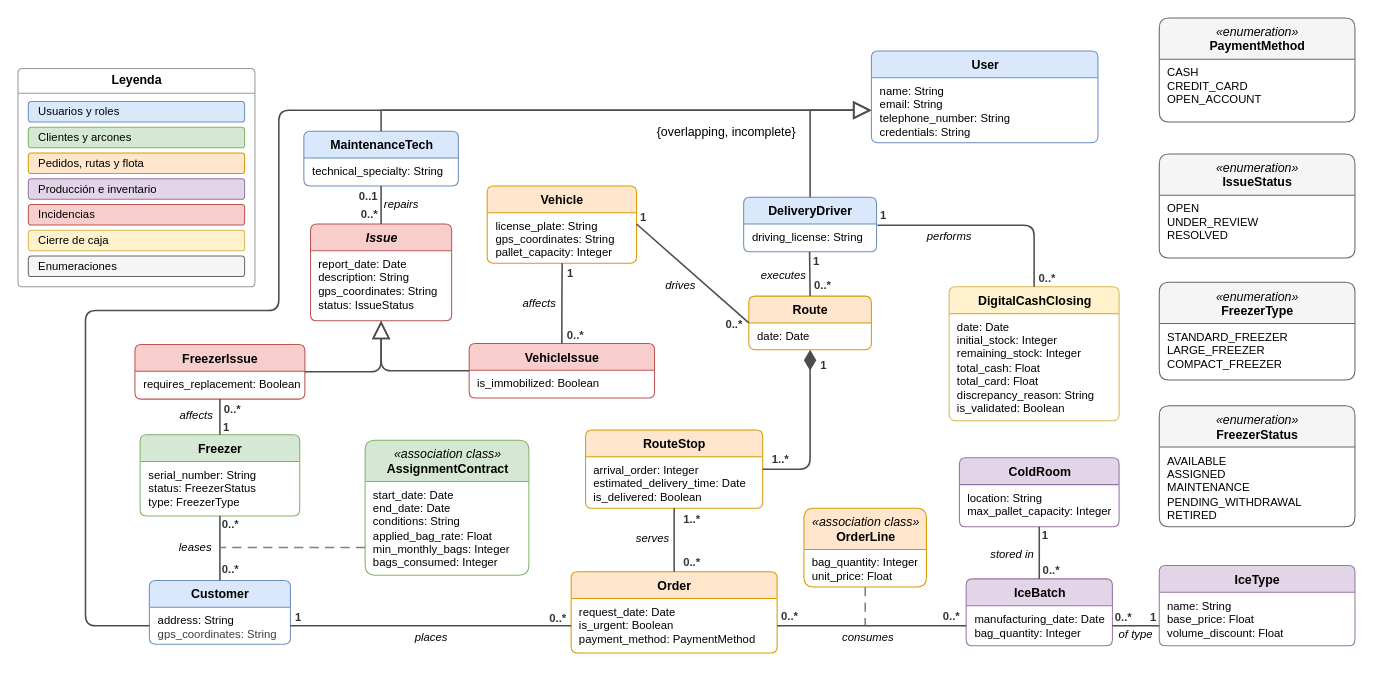
This is diagrams/UMLHielosMairena.drawio from gis-ir/ir-2026-27-G3-09, a draw.io file, before an edit. Source tidied: cells renumbered, new cells numbered last; positions are measured from the earlier drawing's top-left corner, leaving out a move shared by most shapes. Both pictures are drawn from the tidied source at 103%, with x=0, y=0 at pixel (18, 18).
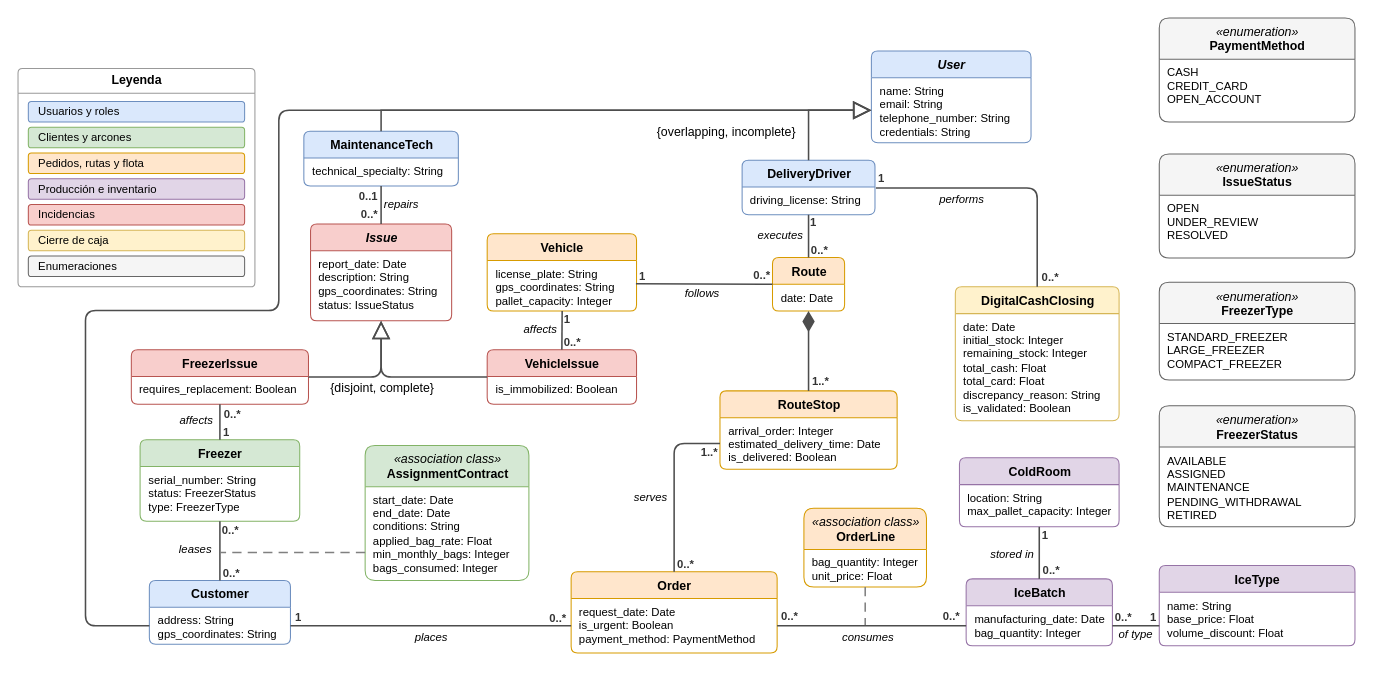
Above is the later version.

The change refers to these unchanged cells:
```xml
<mxCell id="11" value="license_plate: String&lt;br&gt;gps_coordinates: String&lt;br&gt;pallet_capacity: Integer" style="text;html=1;strokeColor=none;fillColor=none;align=left;verticalAlign=top;spacingLeft=6;spacingRight=4;spacingTop=0;overflow=hidden;points=[[0,0.5],[1,0.5]];portConstraint=eastwest;whiteSpace=wrap;fontSize=11;" parent="10" vertex="1">
  <mxGeometry y="26" width="145" height="49" as="geometry" />
</mxCell>
<mxCell id="16" value="&lt;b&gt;Customer&lt;/b&gt;" style="swimlane;html=1;fontStyle=0;align=center;verticalAlign=top;horizontal=1;startSize=26;rounded=1;arcSize=8;fillColor=#dae8fc;strokeColor=#6c8ebf;swimlaneFillColor=#ffffff;fontSize=12;" parent="1" vertex="1">
  <mxGeometry x="127.5" y="546" width="137" height="62" as="geometry" />
</mxCell>
<mxCell id="23" value="arrival_order: Integer&lt;br&gt;estimated_delivery_time: Date&lt;br&gt;is_delivered: Boolean" style="text;html=1;strokeColor=none;fillColor=none;align=left;verticalAlign=top;spacingLeft=6;spacingRight=4;spacingTop=0;overflow=hidden;points=[[0,0.5],[1,0.5]];portConstraint=eastwest;whiteSpace=wrap;fontSize=11;" parent="22" vertex="1">
  <mxGeometry y="26" width="172" height="50" as="geometry" />
</mxCell>
<mxCell id="24" value="&lt;b&gt;Order&lt;/b&gt;" style="swimlane;html=1;fontStyle=0;align=center;verticalAlign=top;horizontal=1;startSize=26;rounded=1;arcSize=8;fillColor=#ffe6cc;strokeColor=#d79b00;swimlaneFillColor=#ffffff;fontSize=12;" parent="1" vertex="1">
  <mxGeometry x="537" y="537.5" width="200" height="79" as="geometry" />
</mxCell>
<mxCell id="42" value="leases" style="edgeStyle=orthogonalEdgeStyle;rounded=1;jettySize=auto;html=1;strokeWidth=1.5;strokeColor=#4d4d4d;fontSize=11;fontStyle=2;labelBackgroundColor=#ffffff;endArrow=none;entryX=0.5;entryY=1;entryDx=0;entryDy=0;exitX=0.5;exitY=0;exitDx=0;exitDy=0;" parent="1" edge="1" source="16" target="18">
  <mxGeometry x="0.03" y="24" relative="1" as="geometry" />
</mxCell>
```

Diff of the diagram source:
```diff
@@
-    <mxCell id="2" value="&lt;b&gt;User&lt;/b&gt;" style="swimlane;html=1;fontStyle=0;align=center;verticalAlign=top;horizontal=1;startSize=26;rounded=1;arcSize=8;fillColor=#dae8fc;strokeColor=#6c8ebf;swimlaneFillColor=#ffffff;fontSize=12;" parent="1" vertex="1">
-      <mxGeometry x="828.5" y="32" width="220" height="89" as="geometry" />
+    <mxCell id="2" value="&lt;b&gt;&lt;i&gt;User&lt;/i&gt;&lt;/b&gt;" style="swimlane;html=1;fontStyle=0;align=center;verticalAlign=top;horizontal=1;startSize=26;rounded=1;arcSize=8;fillColor=#dae8fc;strokeColor=#6c8ebf;swimlaneFillColor=#ffffff;fontSize=12;" parent="1" vertex="1">
+      <mxGeometry x="828.5" y="32" width="155" height="89" as="geometry" />
     </mxCell>
-    <mxCell id="3" value="name: String&lt;div&gt;email: String&lt;/div&gt;&lt;div&gt;telephone_number: String&lt;br&gt;credentials: String&lt;br&gt;&lt;/div&gt;" style="text;html=1;strokeColor=none;fillColor=none;align=left;verticalAlign=top;spacingLeft=6;spacingRight=4;spacingTop=0;overflow=hidden;points=[[0,0.5],[1,0.5]];portConstraint=eastwest;whiteSpace=wrap;fontSize=11;" parent="2" vertex="1">
-      <mxGeometry y="26" width="220" height="63" as="geometry" />
+    <mxCell id="3" value="name: String&lt;br&gt;email: String&lt;br&gt;telephone_number: String&lt;br&gt;credentials: String" style="text;html=1;strokeColor=none;fillColor=none;align=left;verticalAlign=top;spacingLeft=6;spacingRight=4;spacingTop=0;overflow=hidden;points=[[0,0.5],[1,0.5]];portConstraint=eastwest;whiteSpace=wrap;fontSize=11;" parent="2" vertex="1">
+      <mxGeometry y="26" width="155" height="63" as="geometry" />
     </mxCell>
@@
     <mxCell id="6" value="&lt;b&gt;DeliveryDriver&lt;/b&gt;" style="swimlane;html=1;fontStyle=0;align=center;verticalAlign=top;horizontal=1;startSize=26;rounded=1;arcSize=8;fillColor=#dae8fc;strokeColor=#6c8ebf;swimlaneFillColor=#ffffff;fontSize=12;" parent="1" vertex="1">
-      <mxGeometry x="704.5" y="174" width="129" height="53" as="geometry" />
+      <mxGeometry x="703" y="138" width="129" height="53" as="geometry" />
     </mxCell>
@@
     <mxCell id="10" value="&lt;b&gt;Vehicle&lt;/b&gt;" style="swimlane;html=1;fontStyle=0;align=center;verticalAlign=top;horizontal=1;startSize=26;rounded=1;arcSize=8;fillColor=#ffe6cc;strokeColor=#d79b00;swimlaneFillColor=#ffffff;fontSize=12;" parent="1" vertex="1">
-      <mxGeometry x="455.5" y="163" width="145" height="75" as="geometry" />
+      <mxGeometry x="455.5" y="209.5" width="145" height="75" as="geometry" />
     </mxCell>
@@
     <mxCell id="12" value="&lt;b&gt;Route&lt;/b&gt;" style="swimlane;html=1;fontStyle=0;align=center;verticalAlign=top;horizontal=1;startSize=26;rounded=1;arcSize=8;fillColor=#ffe6cc;strokeColor=#d79b00;swimlaneFillColor=#ffffff;fontSize=12;" parent="1" vertex="1">
-      <mxGeometry x="709.5" y="270" width="119" height="52" as="geometry" />
+      <mxGeometry x="732.5" y="232.5" width="70" height="52" as="geometry" />
     </mxCell>
     <mxCell id="13" value="date: Date" style="text;html=1;strokeColor=none;fillColor=none;align=left;verticalAlign=top;spacingLeft=6;spacingRight=4;spacingTop=0;overflow=hidden;whiteSpace=wrap;fontSize=11;" parent="12" vertex="1">
-      <mxGeometry y="26" width="119" height="26" as="geometry" />
+      <mxGeometry y="26" width="70" height="26" as="geometry" />
     </mxCell>
     <mxCell id="14" value="&lt;b&gt;DigitalCashClosing&lt;/b&gt;" style="swimlane;html=1;fontStyle=0;align=center;verticalAlign=top;horizontal=1;startSize=26;rounded=1;arcSize=8;fillColor=#fff2cc;strokeColor=#d6b656;swimlaneFillColor=#ffffff;fontSize=12;" parent="1" vertex="1">
-      <mxGeometry x="904" y="261" width="165" height="130" as="geometry" />
+      <mxGeometry x="910" y="261" width="159" height="130" as="geometry" />
     </mxCell>
     <mxCell id="15" value="date: Date&lt;br&gt;initial_stock: Integer&lt;br&gt;remaining_stock: Integer&lt;br&gt;total_cash: Float&lt;br&gt;total_card: Float&lt;br&gt;discrepancy_reason: String&lt;br&gt;is_validated: Boolean" style="text;html=1;strokeColor=none;fillColor=none;align=left;verticalAlign=top;spacingLeft=6;spacingRight=4;spacingTop=0;overflow=hidden;whiteSpace=wrap;fontSize=11;" parent="14" vertex="1">
-      <mxGeometry y="26" width="165" height="104" as="geometry" />
+      <mxGeometry y="26" width="159" height="104" as="geometry" />
     </mxCell>
@@
-    <mxCell id="17" value="address: String&lt;div&gt;&lt;span style=&quot;color: rgb(63, 63, 63); background-color: transparent;&quot;&gt;gps_coordinates: String&lt;/span&gt;&lt;/div&gt;" style="text;html=1;strokeColor=none;fillColor=none;align=left;verticalAlign=top;spacingLeft=6;spacingRight=4;spacingTop=0;overflow=hidden;points=[[0,0.5],[1,0.5]];portConstraint=eastwest;whiteSpace=wrap;fontSize=11;" parent="16" vertex="1">
+    <mxCell id="17" value="address: String&lt;br&gt;gps_coordinates: String" style="text;html=1;strokeColor=none;fillColor=none;align=left;verticalAlign=top;spacingLeft=6;spacingRight=4;spacingTop=0;overflow=hidden;points=[[0,0.5],[1,0.5]];portConstraint=eastwest;whiteSpace=wrap;fontSize=11;" parent="16" vertex="1">
       <mxGeometry y="26" width="137" height="36" as="geometry" />
     </mxCell>
     <mxCell id="18" value="&lt;b&gt;Freezer&lt;/b&gt;" style="swimlane;html=1;fontStyle=0;align=center;verticalAlign=top;horizontal=1;startSize=26;rounded=1;arcSize=8;fillColor=#d5e8d4;strokeColor=#82b366;swimlaneFillColor=#ffffff;fontSize=12;" parent="1" vertex="1">
-      <mxGeometry x="118.5" y="404.5" width="155" height="79" as="geometry" />
+      <mxGeometry x="118.5" y="409.5" width="155" height="79" as="geometry" />
     </mxCell>
@@
     <mxCell id="20" value="&lt;i&gt;«association class»&lt;/i&gt;&lt;br&gt;&lt;b&gt;AssignmentContract&lt;/b&gt;" style="swimlane;html=1;fontStyle=0;align=center;verticalAlign=top;horizontal=1;startSize=40;rounded=1;arcSize=8;fillColor=#d5e8d4;strokeColor=#82b366;swimlaneFillColor=#ffffff;fontSize=12;" parent="1" vertex="1">
-      <mxGeometry x="337" y="410" width="159" height="131" as="geometry" />
+      <mxGeometry x="337" y="415" width="159" height="131" as="geometry" />
     </mxCell>
@@
     <mxCell id="22" value="&lt;b&gt;RouteStop&lt;/b&gt;" style="swimlane;html=1;fontStyle=0;align=center;verticalAlign=top;horizontal=1;startSize=26;rounded=1;arcSize=8;fillColor=#ffe6cc;strokeColor=#d79b00;swimlaneFillColor=#ffffff;fontSize=12;" parent="1" vertex="1">
-      <mxGeometry x="551" y="400" width="172" height="76" as="geometry" />
+      <mxGeometry x="681.5" y="362" width="172" height="76" as="geometry" />
     </mxCell>
@@
     <mxCell id="43" value="0..*" style="edgeLabel;html=1;align=center;verticalAlign=middle;fontSize=11;fontStyle=1;fontColor=#333333;labelBackgroundColor=none;" parent="42" vertex="1">
       <mxGeometry x="-0.52" relative="1" as="geometry">
-        <mxPoint x="9" y="3" as="offset" />
+        <mxPoint x="10" y="6" as="offset" />
       </mxGeometry>
     </mxCell>
@@
     <mxCell id="45" style="edgeStyle=orthogonalEdgeStyle;rounded=1;orthogonalLoop=1;jettySize=auto;html=1;strokeWidth=1.5;strokeColor=#4d4d4d;fontSize=11;fontStyle=2;labelBackgroundColor=#ffffff;endArrow=none;dashed=1;dashPattern=6 4;strokeColor=#808080;edgeStyle=none;exitX=0.002;exitY=0.598;exitDx=0;exitDy=0;exitPerimeter=0;" parent="1" edge="1">
       <mxGeometry relative="1" as="geometry">
-        <mxPoint x="337" y="514" as="sourcePoint" />
-        <mxPoint x="196.3" y="514" as="targetPoint" />
+        <mxPoint x="337" y="519" as="sourcePoint" />
+        <mxPoint x="196.3" y="519" as="targetPoint" />
       </mxGeometry>
     </mxCell>
@@
-    <mxCell id="52" value="drives" style="rounded=1;jettySize=auto;html=1;strokeWidth=1.5;strokeColor=#4d4d4d;fontSize=11;fontStyle=2;labelBackgroundColor=#ffffff;endArrow=none;exitX=0;exitY=0.5;exitDx=0;exitDy=0;entryX=1;entryY=0.5;entryDx=0;entryDy=0;" parent="1" edge="1" source="12">
-      <mxGeometry x="0.02" y="17" relative="1" as="geometry">
-        <mxPoint x="600.5" y="200" as="targetPoint" />
-      </mxGeometry>
+    <mxCell id="52" value="follows" style="rounded=1;jettySize=auto;html=1;strokeWidth=1.5;strokeColor=#4d4d4d;fontSize=11;fontStyle=2;labelBackgroundColor=#ffffff;endArrow=none;exitX=0;exitY=0.5;exitDx=0;exitDy=0;entryX=0.996;entryY=0.458;entryDx=0;entryDy=0;entryPerimeter=0;" parent="1" edge="1" source="12" target="11">
+      <mxGeometry x="0.02" y="9" relative="1" as="geometry" />
     </mxCell>
     <mxCell id="53" value="0..*" style="edgeLabel;html=1;align=center;verticalAlign=middle;fontSize=11;fontStyle=1;fontColor=#333333;labelBackgroundColor=none;" parent="52" vertex="1">
       <mxGeometry x="-1" relative="1" as="geometry">
-        <mxPoint x="-15" as="offset" />
+        <mxPoint x="-11" y="-9" as="offset" />
       </mxGeometry>
     </mxCell>
@@
-    <mxCell id="55" value="executes" style="edgeStyle=orthogonalEdgeStyle;rounded=1;jettySize=auto;html=1;strokeWidth=1.5;strokeColor=#4d4d4d;fontSize=11;fontStyle=2;labelBackgroundColor=#ffffff;endArrow=none;exitX=0.5;exitY=1;exitDx=0;exitDy=0;entryX=0.5;entryY=0;entryDx=0;entryDy=0;" parent="1" edge="1" target="12">
-      <mxGeometry x="0.06" y="-26" relative="1" as="geometry">
-        <mxPoint x="768.5" y="227" as="sourcePoint" />
-      </mxGeometry>
+    <mxCell id="55" value="executes" style="edgeStyle=orthogonalEdgeStyle;rounded=1;jettySize=auto;html=1;strokeWidth=1.5;strokeColor=#4d4d4d;fontSize=11;fontStyle=2;labelBackgroundColor=#ffffff;endArrow=none;entryX=0.5;entryY=0;entryDx=0;entryDy=0;" parent="1" edge="1" source="6" target="12">
+      <mxGeometry x="-0.04" y="-28" relative="1" as="geometry" />
     </mxCell>
     <mxCell id="56" value="1" style="edgeLabel;html=1;align=center;verticalAlign=middle;fontSize=11;fontStyle=1;fontColor=#333333;labelBackgroundColor=none;" parent="55" vertex="1">
       <mxGeometry x="-1" relative="1" as="geometry">
-        <mxPoint x="6" y="8" as="offset" />
+        <mxPoint x="4" y="6" as="offset" />
       </mxGeometry>
     </mxCell>
     <mxCell id="57" value="0..*" style="edgeLabel;html=1;align=center;verticalAlign=middle;fontSize=11;fontStyle=1;fontColor=#333333;labelBackgroundColor=none;" parent="55" vertex="1">
       <mxGeometry x="1" relative="1" as="geometry">
-        <mxPoint x="12" y="-10" as="offset" />
+        <mxPoint x="10" y="-8" as="offset" />
       </mxGeometry>
     </mxCell>
@@
     <mxCell id="77" value="&lt;b&gt;FreezerIssue&lt;/b&gt;" style="swimlane;html=1;fontStyle=0;align=center;verticalAlign=top;horizontal=1;startSize=26;rounded=1;arcSize=8;fillColor=#f8cecc;strokeColor=#b85450;swimlaneFillColor=#ffffff;fontSize=12;" parent="1" vertex="1">
-      <mxGeometry x="113.5" y="317" width="165" height="53" as="geometry" />
+      <mxGeometry x="110" y="322" width="172" height="53" as="geometry" />
     </mxCell>
     <mxCell id="78" value="requires_replacement: Boolean" style="text;html=1;strokeColor=none;fillColor=none;align=left;verticalAlign=top;spacingLeft=6;spacingRight=4;spacingTop=0;overflow=hidden;whiteSpace=wrap;fontSize=11;" parent="77" vertex="1">
-      <mxGeometry y="26" width="165" height="27" as="geometry" />
+      <mxGeometry y="26" width="172" height="27" as="geometry" />
     </mxCell>
     <mxCell id="79" value="&lt;b&gt;VehicleIssue&lt;/b&gt;" style="swimlane;html=1;fontStyle=0;align=center;verticalAlign=top;horizontal=1;startSize=26;rounded=1;arcSize=8;fillColor=#f8cecc;strokeColor=#b85450;swimlaneFillColor=#ffffff;fontSize=12;" parent="1" vertex="1">
-      <mxGeometry x="438" y="316" width="180" height="53" as="geometry" />
+      <mxGeometry x="455.5" y="322" width="145" height="53" as="geometry" />
     </mxCell>
     <mxCell id="80" value="is_immobilized: Boolean" style="text;html=1;strokeColor=none;fillColor=none;align=left;verticalAlign=top;spacingLeft=6;spacingRight=4;spacingTop=0;overflow=hidden;whiteSpace=wrap;fontSize=11;" parent="79" vertex="1">
-      <mxGeometry y="26" width="180" height="27" as="geometry" />
+      <mxGeometry y="26" width="145" height="27" as="geometry" />
     </mxCell>
@@
     <mxCell id="86" value="affects" style="edgeStyle=orthogonalEdgeStyle;rounded=1;jettySize=auto;html=1;strokeWidth=1.5;strokeColor=#4d4d4d;fontSize=11;fontStyle=2;labelBackgroundColor=#ffffff;endArrow=none;exitX=0.5;exitY=0;exitDx=0;exitDy=0;entryX=0.502;entryY=1;entryDx=0;entryDy=0;entryPerimeter=0;" parent="1" edge="1" source="79" target="11">
-      <mxGeometry y="22" relative="1" as="geometry" />
+      <mxGeometry x="0.06" y="21" relative="1" as="geometry" />
     </mxCell>
     <mxCell id="87" value="0..*" style="edgeLabel;html=1;align=center;verticalAlign=middle;fontSize=11;fontStyle=1;fontColor=#333333;labelBackgroundColor=none;" parent="86" vertex="1">
       <mxGeometry x="-1" relative="1" as="geometry">
-        <mxPoint x="12" y="-9" as="offset" />
+        <mxPoint x="9" y="-8" as="offset" />
       </mxGeometry>
     </mxCell>
     <mxCell id="88" value="1" style="edgeLabel;html=1;align=center;verticalAlign=middle;fontSize=11;fontStyle=1;fontColor=#333333;labelBackgroundColor=none;" parent="86" vertex="1">
       <mxGeometry x="-0.13" relative="1" as="geometry">
-        <mxPoint x="7" y="-35" as="offset" />
+        <mxPoint x="4" y="-14" as="offset" />
       </mxGeometry>
     </mxCell>
-    <mxCell id="89" style="edgeStyle=orthogonalEdgeStyle;rounded=1;jettySize=auto;html=1;strokeWidth=1.5;strokeColor=#4d4d4d;fontSize=11;fontStyle=2;labelBackgroundColor=#ffffff;endArrow=none;startArrow=diamondThin;startFill=1;startSize=16;exitX=0.5;exitY=1;exitDx=0;exitDy=0;entryX=1;entryY=0.5;entryDx=0;entryDy=0;" parent="1" edge="1" source="12" target="22">
+    <mxCell id="89" style="edgeStyle=orthogonalEdgeStyle;rounded=1;jettySize=auto;html=1;strokeWidth=1.5;strokeColor=#4d4d4d;fontSize=11;fontStyle=2;labelBackgroundColor=#ffffff;endArrow=none;startArrow=diamondThin;startFill=1;startSize=16;exitX=0.5;exitY=1;exitDx=0;exitDy=0;entryX=0.5;entryY=0;entryDx=0;entryDy=0;" parent="1" edge="1" source="12" target="22">
       <mxGeometry x="0.01" relative="1" as="geometry" />
     </mxCell>
-    <mxCell id="90" value="1" style="edgeLabel;html=1;align=center;verticalAlign=middle;fontSize=11;fontStyle=1;fontColor=#333333;labelBackgroundColor=none;" parent="89" vertex="1">
-      <mxGeometry x="-1" relative="1" as="geometry">
-        <mxPoint x="12" y="14" as="offset" />
-      </mxGeometry>
-    </mxCell>
     <mxCell id="91" value="1..*" style="edgeLabel;html=1;align=center;verticalAlign=middle;fontSize=11;fontStyle=1;fontColor=#333333;labelBackgroundColor=none;" parent="89" vertex="1">
       <mxGeometry x="1" relative="1" as="geometry">
-        <mxPoint x="16" y="-10" as="offset" />
+        <mxPoint x="11" y="-10" as="offset" />
       </mxGeometry>
     </mxCell>
-    <mxCell id="92" value="serves" style="edgeStyle=orthogonalEdgeStyle;rounded=1;jettySize=auto;html=1;strokeWidth=1.5;strokeColor=#4d4d4d;fontSize=11;fontStyle=2;labelBackgroundColor=#ffffff;endArrow=none;exitX=0.5;exitY=1;exitDx=0;exitDy=0;entryX=0.5;entryY=0;entryDx=0;entryDy=0;" parent="1" edge="1" source="22" target="24">
-      <mxGeometry x="-0.06" y="-21" relative="1" as="geometry" />
+    <mxCell id="92" value="serves" style="edgeStyle=orthogonalEdgeStyle;rounded=1;jettySize=auto;html=1;strokeWidth=1.5;strokeColor=#4d4d4d;fontSize=11;fontStyle=2;labelBackgroundColor=#ffffff;endArrow=none;exitX=0;exitY=0.5;exitDx=0;exitDy=0;entryX=0.5;entryY=0;entryDx=0;entryDy=0;" parent="1" edge="1" source="23" target="24">
+      <mxGeometry x="0.14" y="-23" relative="1" as="geometry" />
     </mxCell>
     <mxCell id="93" value="1..*" style="edgeLabel;html=1;align=center;verticalAlign=middle;fontSize=11;fontStyle=1;fontColor=#333333;labelBackgroundColor=none;" parent="92" vertex="1">
       <mxGeometry x="-1" relative="1" as="geometry">
-        <mxPoint x="16" y="10" as="offset" />
+        <mxPoint x="-11" y="8" as="offset" />
       </mxGeometry>
     </mxCell>
     <mxCell id="94" value="0..*" style="edgeLabel;html=1;align=center;verticalAlign=middle;fontSize=11;fontStyle=1;fontColor=#333333;labelBackgroundColor=none;" parent="92" vertex="1">
       <mxGeometry x="1" relative="1" as="geometry">
-        <mxPoint x="16" y="-10" as="offset" />
+        <mxPoint x="10" y="-8" as="offset" />
       </mxGeometry>
     </mxCell>
@@
+    <mxCell id="101" value="{disjoint, complete}" style="text;html=1;whiteSpace=wrap;strokeColor=none;fillColor=none;align=center;verticalAlign=middle;rounded=0;" parent="1" vertex="1">
+      <mxGeometry x="278.5" y="345" width="150" height="30" as="geometry" />
+    </mxCell>
```
